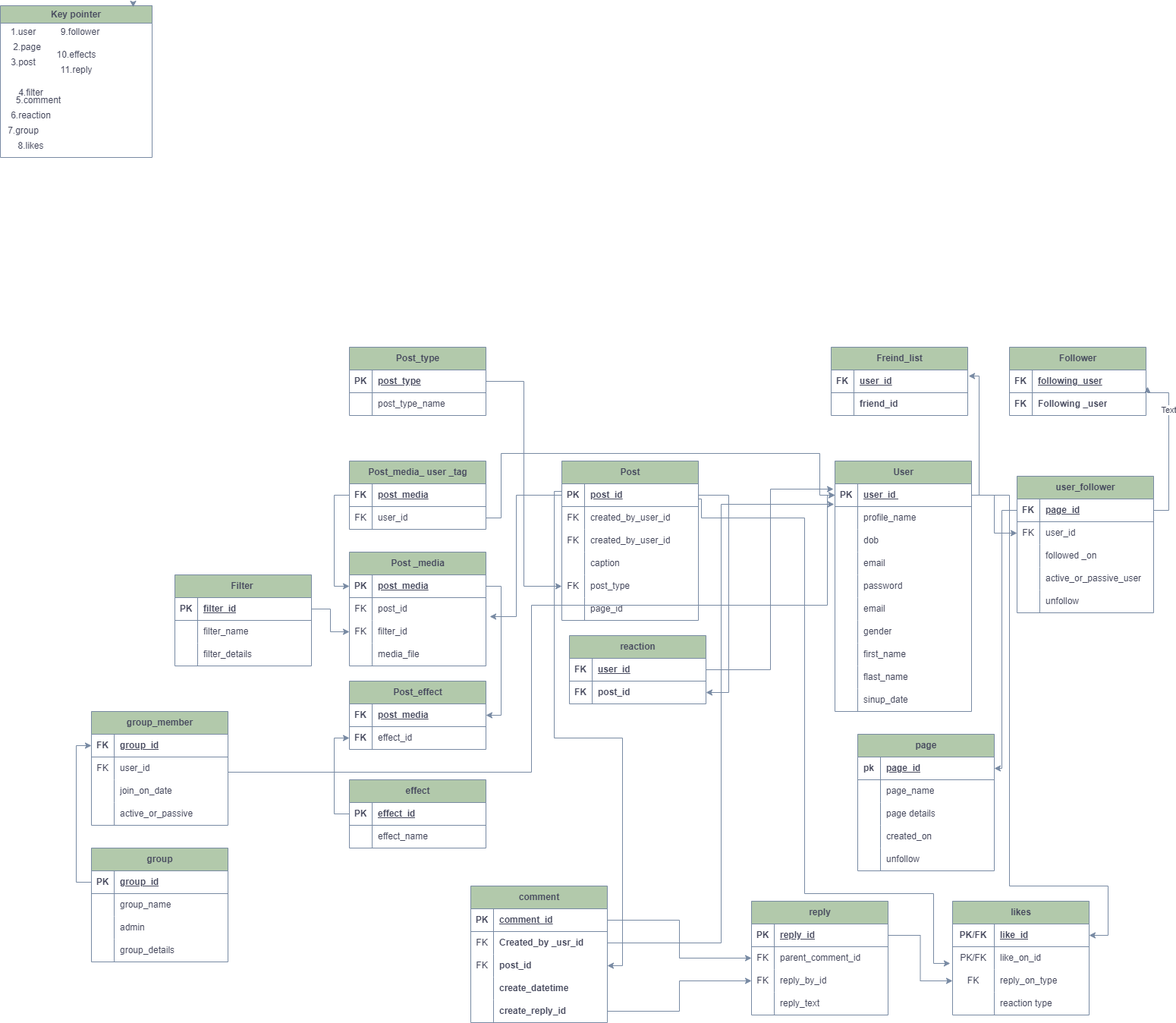
Earlier version of the draw.io export social media app diagram.drawio.png (Anjum-Pathan/Database-assignment). Source tidied: cells renumbered, new cells last; positions are measured from the earlier drawing's top-left corner, leaving out a move shared by most shapes.
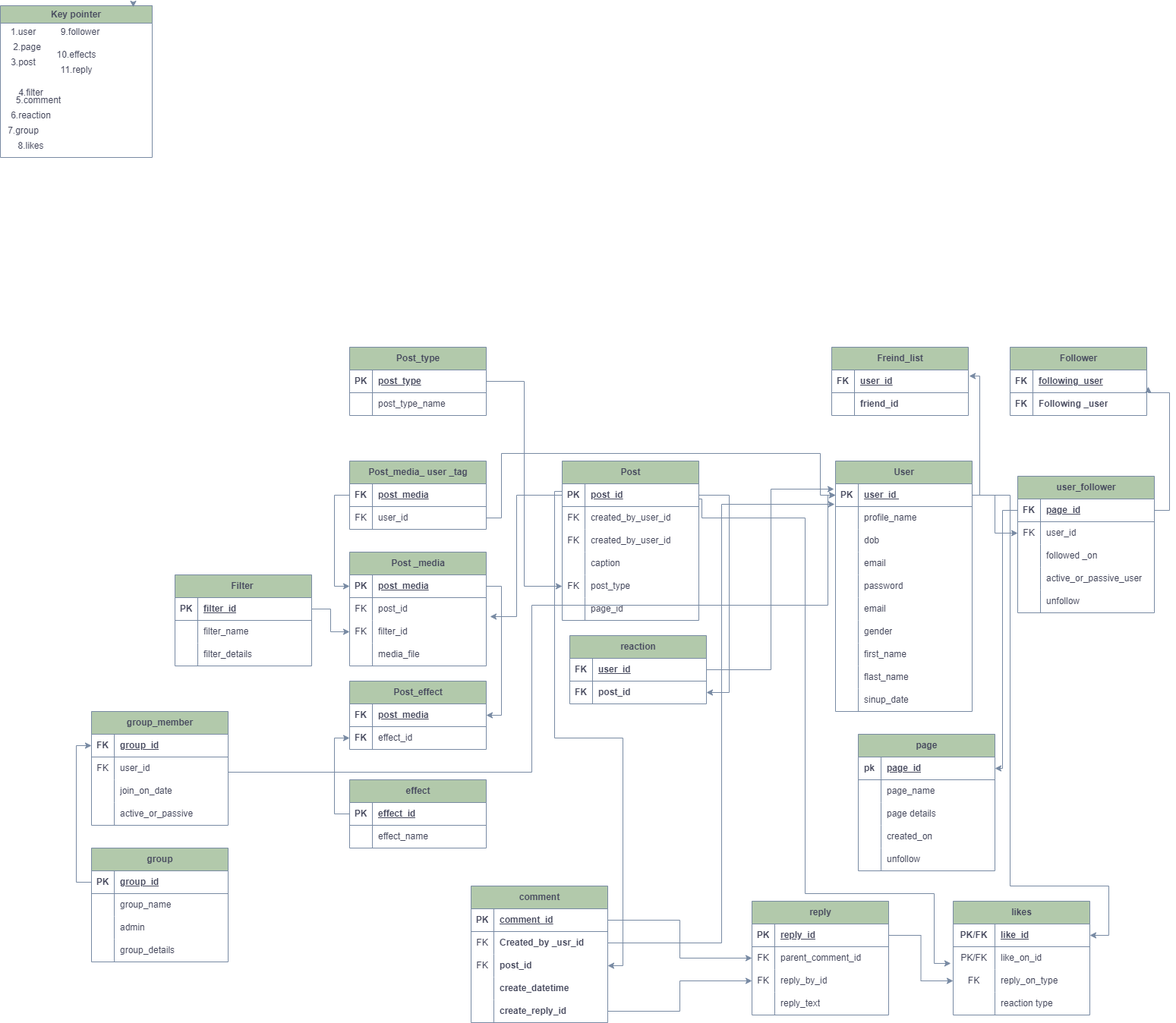
Later version of the same file.

What changed in the source:
```diff
@@ -814,9 +814,6 @@
         </Array>
       </mxGeometry>
     </mxCell>
-    <mxCell id="256" value="Text" style="edgeLabel;html=1;align=center;verticalAlign=middle;fontColor=#46495D;" parent="255" vertex="1">
-      <mxGeometry x="0.45" y="1" relative="1" as="geometry" />
-    </mxCell>
     <mxCell id="257" style="edgeStyle=orthogonalEdgeStyle;rounded=0;jettySize=auto;html=1;exitX=1;exitY=0.5;exitDx=0;exitDy=0;entryX=0;entryY=0.5;entryDx=0;entryDy=0;strokeColor=#788AA3;fontColor=#46495D;fillColor=#B2C9AB;" parent="1" edge="1" source="3" target="135">
       <mxGeometry relative="1" as="geometry" />
     </mxCell>
```
